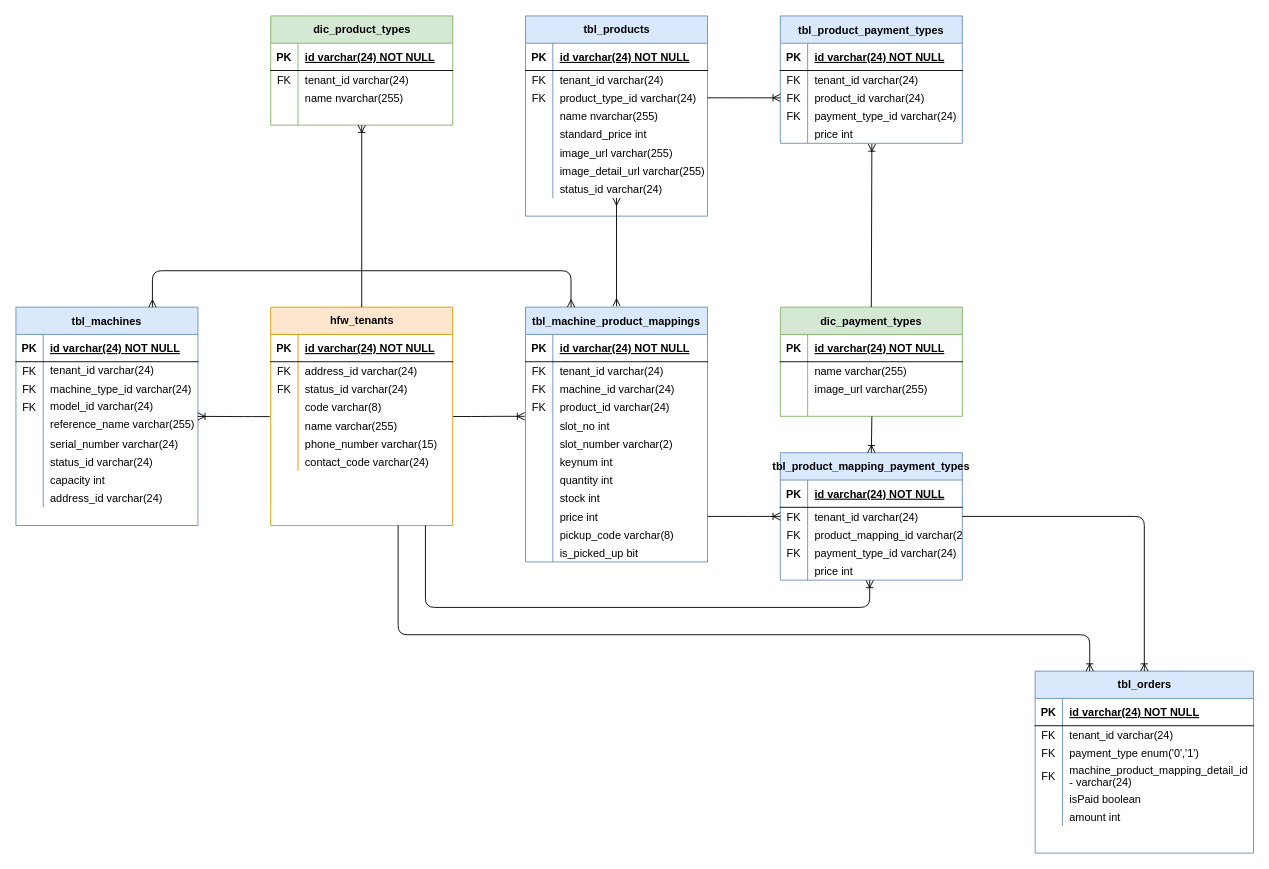
Before: page "Product" (4 of 6) of Untitled Diagram.drawio in wardus3105/alphatest, a draw.io diagram. Source tidied: cells renumbered, new cells numbered last; positions are measured from the earlier drawing's top-left corner, leaving out a move shared by most shapes. Both pictures are drawn from the tidied source at 91%, with x=0, y=0 at pixel (15, 15).
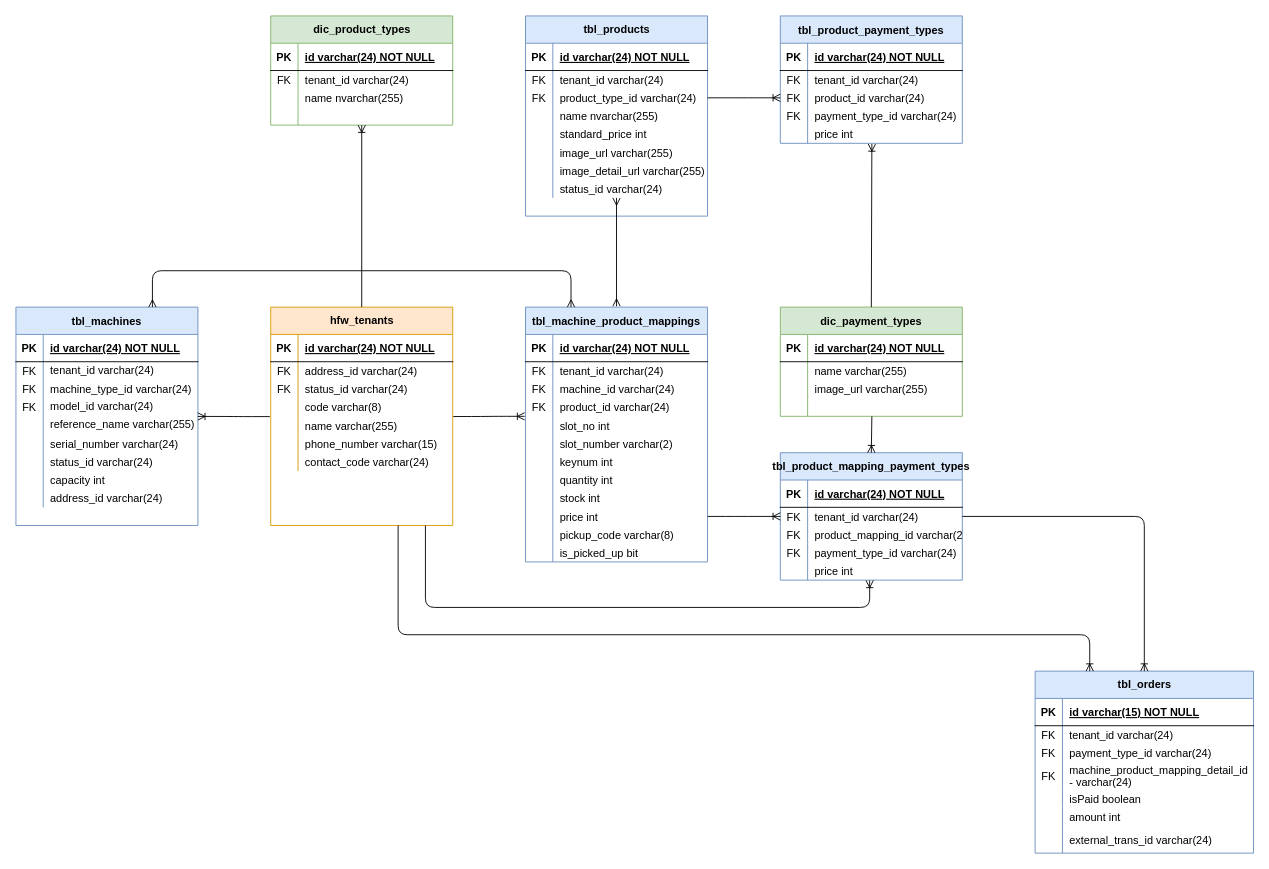
The same page after the edit.

Unchanged cells that the change refers to:
```xml
<mxCell id="90" value="tbl_orders" style="shape=table;startSize=30;childLayout=tableLayout;rowLines=0;fontStyle=1;align=center;html=1;fillColor=#dae8fc;strokeColor=#6c8ebf;" parent="1" vertex="1">
  <mxGeometry x="1120" y="720" width="240" height="200" as="geometry" />
</mxCell>
<mxCell id="91" style="shape=partialRectangle;fillColor=none;top=0;left=0;bottom=1;right=0;" parent="90" vertex="1">
  <mxGeometry y="30" width="240" height="30" as="geometry" />
</mxCell>
<mxCell id="97" style="shape=partialRectangle;fillColor=none;top=0;left=0;bottom=0;right=0;" parent="90" vertex="1">
  <mxGeometry y="80" width="240" height="20" as="geometry" />
</mxCell>
```

Diff of the diagram source:
```diff
@@
-    <mxCell id="93" value="id varchar(24) NOT NULL" style="shape=partialRectangle;fillColor=none;top=0;left=0;bottom=0;right=0;align=left;spacingLeft=6;fontStyle=5;overflow=hidden;" parent="91" vertex="1">
+    <mxCell id="93" value="id varchar(15) NOT NULL" style="shape=partialRectangle;fillColor=none;top=0;left=0;bottom=0;right=0;align=left;spacingLeft=6;fontStyle=5;overflow=hidden;" parent="91" vertex="1">
       <mxGeometry x="30" width="210" height="30" as="geometry" />
     </mxCell>
@@
-    <mxCell id="99" value="payment_type enum('0','1')" style="shape=partialRectangle;fillColor=none;top=0;left=0;bottom=0;right=0;align=left;spacingLeft=6;overflow=hidden;" parent="97" vertex="1">
+    <mxCell id="99" value="payment_type_id varchar(24)" style="shape=partialRectangle;fillColor=none;top=0;left=0;bottom=0;right=0;align=left;spacingLeft=6;overflow=hidden;" parent="97" vertex="1">
       <mxGeometry x="30" width="210" height="20" as="geometry" />
     </mxCell>
@@
+    <mxCell id="203" style="shape=partialRectangle;fillColor=none;top=0;left=0;bottom=0;right=0;" parent="90" vertex="1">
+      <mxGeometry y="170" width="240" height="30" as="geometry" />
+    </mxCell>
+    <mxCell id="204" style="shape=partialRectangle;fillColor=none;top=0;left=0;bottom=0;right=0;overflow=hidden;" parent="203" vertex="1">
+      <mxGeometry width="30" height="30" as="geometry" />
+    </mxCell>
+    <mxCell id="205" value="external_trans_id varchar(24)" style="shape=partialRectangle;fillColor=none;top=0;left=0;bottom=0;right=0;align=left;spacingLeft=6;overflow=hidden;" parent="203" vertex="1">
+      <mxGeometry x="30" width="210" height="30" as="geometry" />
+    </mxCell>
```
